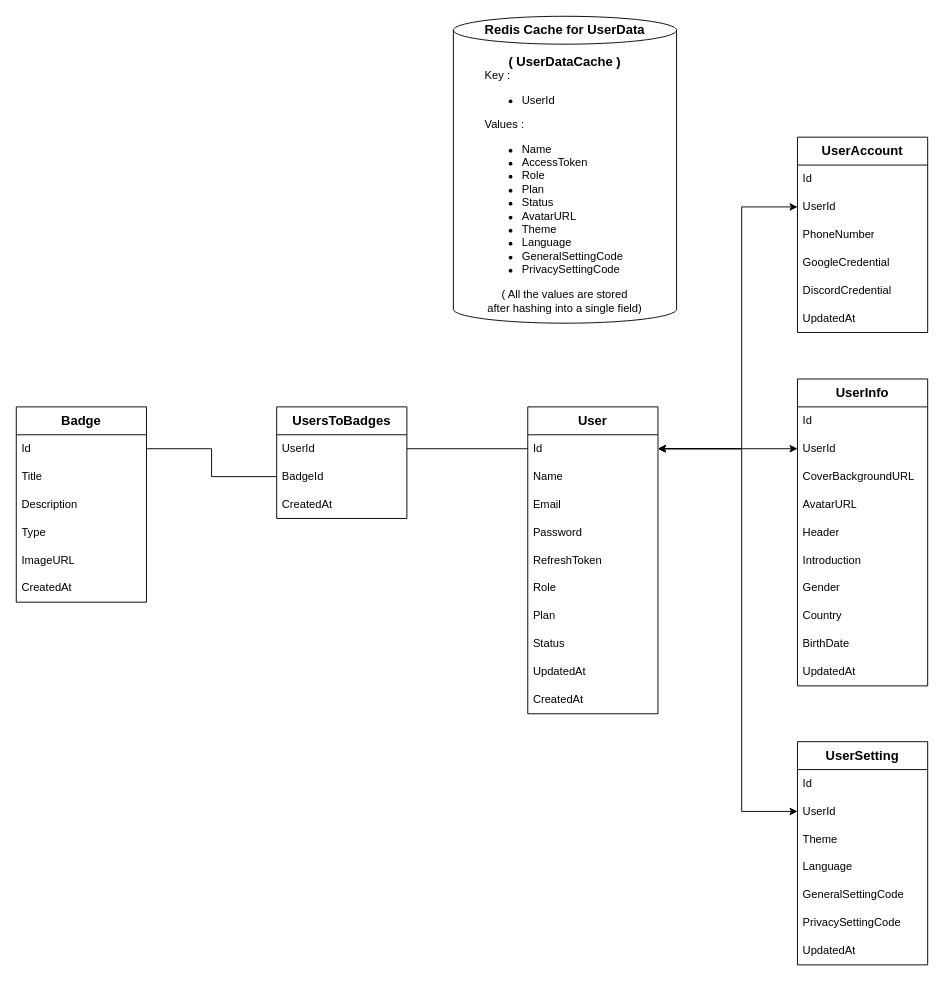
The draw.io diagram docs/database-schema.drawio in HiIamJeff67/notezy-backend, before the edit. Source tidied: cells renumbered, new cells numbered last; positions are measured from the earlier drawing's top-left corner, leaving out a move shared by most shapes. Both pictures are drawn from the tidied source at 93%, with x=0, y=0 at pixel (16, 16).
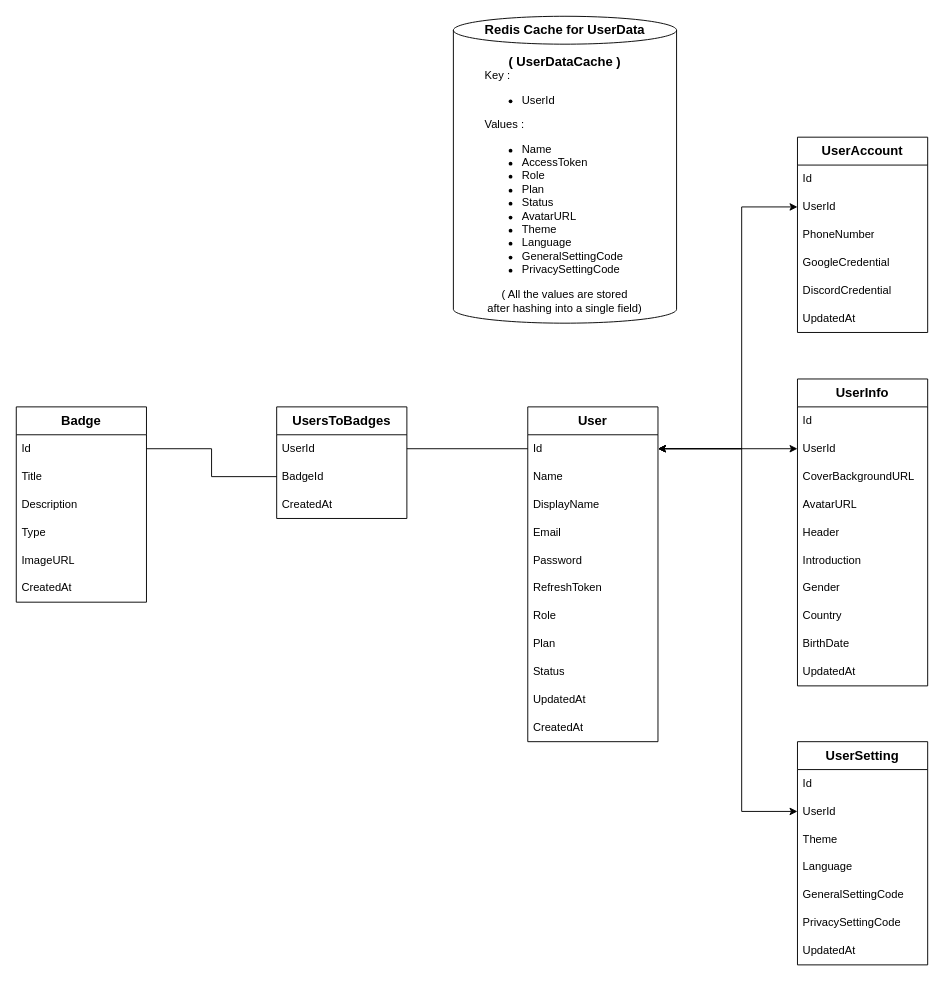
The same page after the edit.

Change to the diagram source:
```diff
@@
     <mxCell id="2" value="&lt;font style=&quot;font-size: 14px;&quot;&gt;&lt;b&gt;User&lt;/b&gt;&lt;/font&gt;" style="swimlane;fontStyle=0;horizontal=1;startSize=30;whiteSpace=wrap;html=1;" parent="1" vertex="1">
-      <mxGeometry x="550" y="420" width="140" height="330" as="geometry" />
+      <mxGeometry x="550" y="420" width="140" height="360" as="geometry" />
     </mxCell>
@@
+    <mxCell id="56" value="DisplayName" style="text;strokeColor=none;fillColor=none;align=left;verticalAlign=middle;spacingLeft=4;spacingRight=4;overflow=hidden;whiteSpace=wrap;html=1;" parent="2" vertex="1">
+      <mxGeometry y="90" width="140" height="30" as="geometry" />
+    </mxCell>
     <mxCell id="5" value="Email" style="text;strokeColor=none;fillColor=none;align=left;verticalAlign=middle;spacingLeft=4;spacingRight=4;overflow=hidden;whiteSpace=wrap;html=1;" parent="2" vertex="1">
-      <mxGeometry y="90" width="140" height="30" as="geometry" />
+      <mxGeometry y="120" width="140" height="30" as="geometry" />
     </mxCell>
     <mxCell id="6" value="Password" style="text;strokeColor=none;fillColor=none;align=left;verticalAlign=middle;spacingLeft=4;spacingRight=4;overflow=hidden;whiteSpace=wrap;html=1;" parent="2" vertex="1">
-      <mxGeometry y="120" width="140" height="30" as="geometry" />
+      <mxGeometry y="150" width="140" height="30" as="geometry" />
     </mxCell>
     <mxCell id="7" value="RefreshToken" style="text;strokeColor=none;fillColor=none;align=left;verticalAlign=middle;spacingLeft=4;spacingRight=4;overflow=hidden;whiteSpace=wrap;html=1;" parent="2" vertex="1">
-      <mxGeometry y="150" width="140" height="30" as="geometry" />
+      <mxGeometry y="180" width="140" height="30" as="geometry" />
     </mxCell>
     <mxCell id="8" value="Role" style="text;strokeColor=none;fillColor=none;align=left;verticalAlign=middle;spacingLeft=4;spacingRight=4;overflow=hidden;whiteSpace=wrap;html=1;" parent="2" vertex="1">
-      <mxGeometry y="180" width="140" height="30" as="geometry" />
+      <mxGeometry y="210" width="140" height="30" as="geometry" />
     </mxCell>
     <mxCell id="9" value="Plan" style="text;strokeColor=none;fillColor=none;align=left;verticalAlign=middle;spacingLeft=4;spacingRight=4;overflow=hidden;whiteSpace=wrap;html=1;" parent="2" vertex="1">
-      <mxGeometry y="210" width="140" height="30" as="geometry" />
+      <mxGeometry y="240" width="140" height="30" as="geometry" />
     </mxCell>
     <mxCell id="10" value="Status" style="text;strokeColor=none;fillColor=none;align=left;verticalAlign=middle;spacingLeft=4;spacingRight=4;overflow=hidden;whiteSpace=wrap;html=1;" parent="2" vertex="1">
-      <mxGeometry y="240" width="140" height="30" as="geometry" />
+      <mxGeometry y="270" width="140" height="30" as="geometry" />
     </mxCell>
     <mxCell id="11" value="UpdatedAt" style="text;strokeColor=none;fillColor=none;align=left;verticalAlign=middle;spacingLeft=4;spacingRight=4;overflow=hidden;whiteSpace=wrap;html=1;" parent="2" vertex="1">
-      <mxGeometry y="270" width="140" height="30" as="geometry" />
+      <mxGeometry y="300" width="140" height="30" as="geometry" />
     </mxCell>
     <mxCell id="12" value="CreatedAt" style="text;strokeColor=none;fillColor=none;align=left;verticalAlign=middle;spacingLeft=4;spacingRight=4;overflow=hidden;whiteSpace=wrap;html=1;" parent="2" vertex="1">
-      <mxGeometry y="300" width="140" height="30" as="geometry" />
+      <mxGeometry y="330" width="140" height="30" as="geometry" />
     </mxCell>
```
